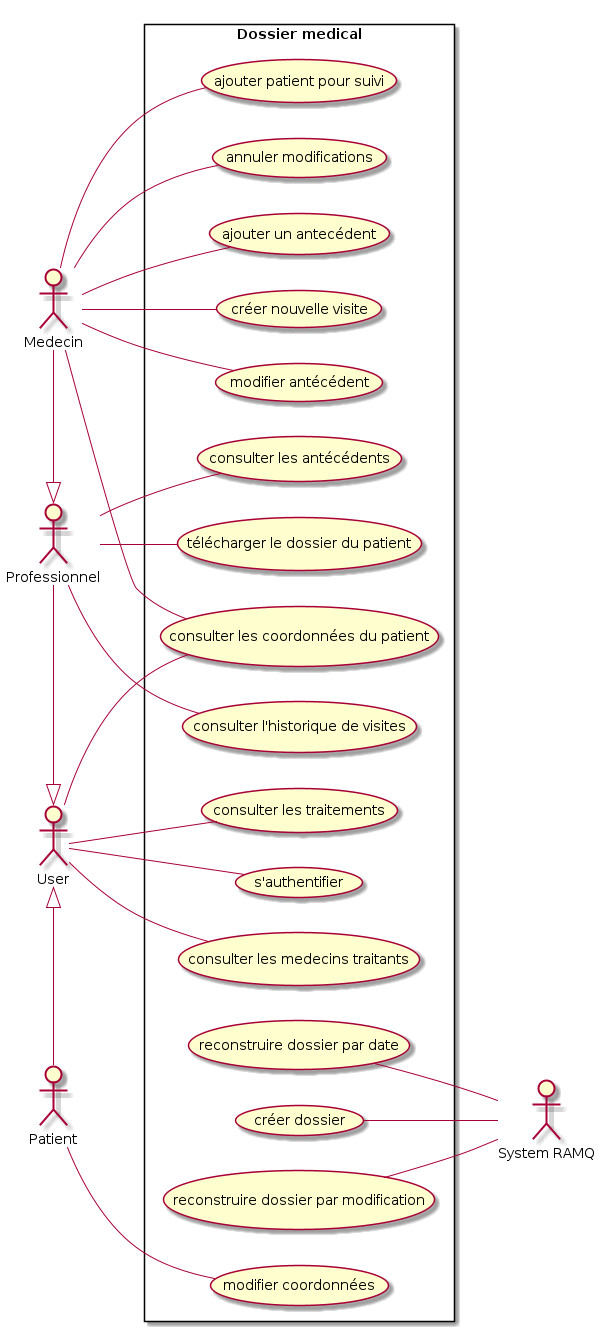
The PlantUML diagram models/usecase_diagram.png in fethiuqam/INF5153-Projet-Session, before a commit.
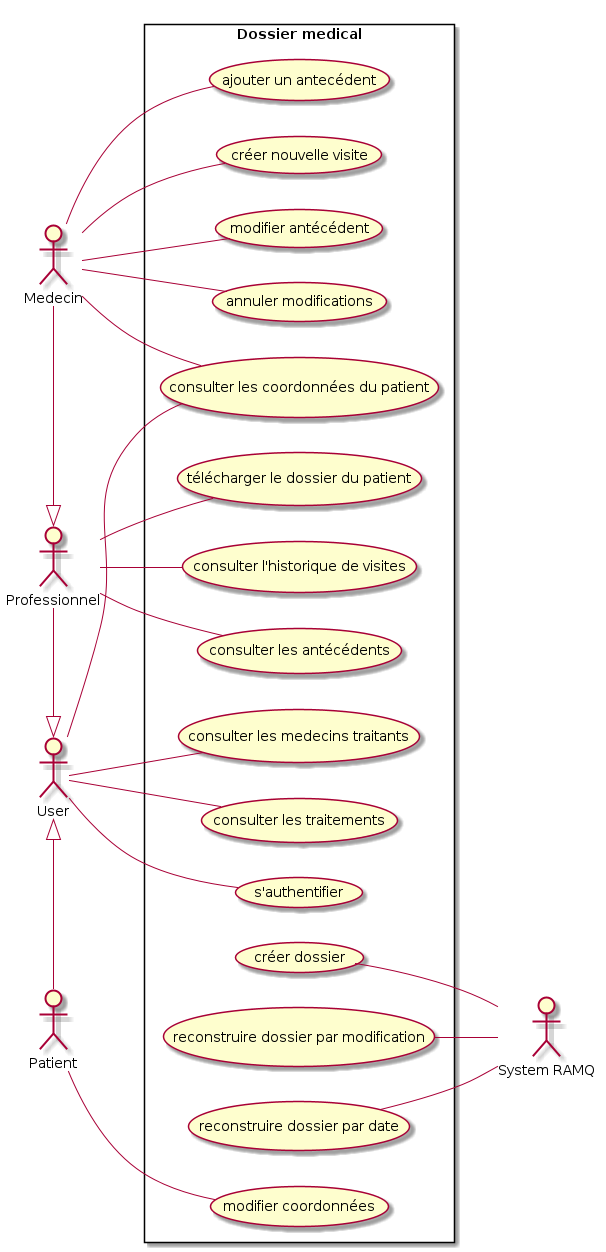
The same diagram one commit later.

Commit message:
ajout du diagram de sequence consulter traitements

The edit, as a diff of the source:
```diff
@@ -18,7 +18,6 @@
   usecase "créer nouvelle visite" as UC8
   usecase "consulter les coordonnées du patient" as UC9
   usecase "modifier antécédent" as UC10
-  usecase "ajouter patient pour suivi" as UC11
   usecase "annuler modifications" as UC12
   usecase "ajouter un antecédent" as UC13
   usecase "créer dossier" as UC14
@@ -43,7 +42,6 @@
 med -- UC8
 med -- UC9
 med -- UC10
-med -- UC11
 med -- UC12
 med -- UC13
 
```
